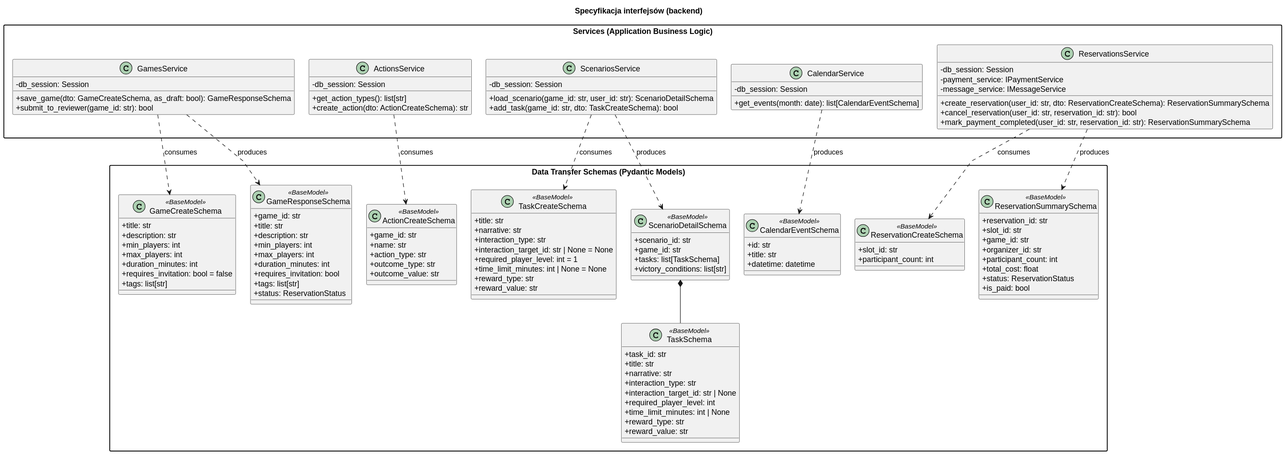
Earlier version of the PlantUML export diagrams/backend/rendered/interfaces.svg (Igor-Ochocki/POP-2026Z).
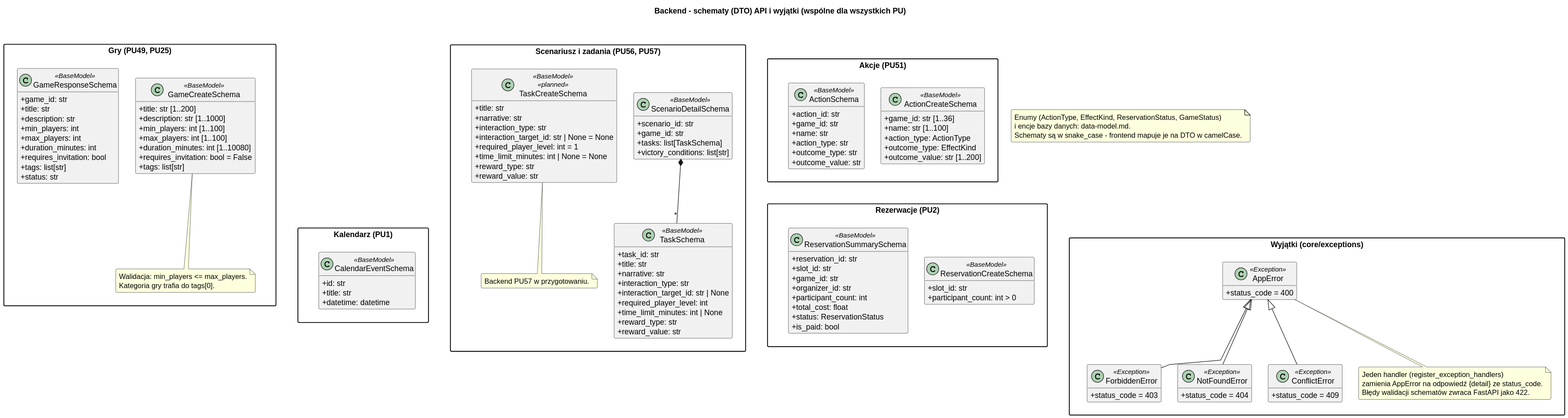
Later version of the same file.

Change to the diagram source:
```diff
@@ -3,20 +3,21 @@
 skinparam packageStyle rectangle
 skinparam shadowing false
 skinparam roundcorner 4
-skinparam nodesep 26
-skinparam ranksep 34
 skinparam linetype polyline
+skinparam nodesep 30
+skinparam ranksep 40
+hide empty members
 
-title Specyfikacja interfejsów (backend)
+title Backend - schematy (DTO) API i wyjątki (wspólne dla wszystkich PU)
 
-package "Data Transfer Schemas (Pydantic Models)" {
+package "Gry (PU49, PU25)" as P_Games {
     class GameCreateSchema <<BaseModel>> {
-        + title: str
-        + description: str
-        + min_players: int
-        + max_players: int
-        + duration_minutes: int
-        + requires_invitation: bool = false
+        + title: str [1..200]
+        + description: str [1..1000]
+        + min_players: int [1..100]
+        + max_players: int [1..100]
+        + duration_minutes: int [1..10080]
+        + requires_invitation: bool = False
         + tags: list[str]
     }
 
@@ -29,26 +30,21 @@
         + duration_minutes: int
         + requires_invitation: bool
         + tags: list[str]
-        + status: ReservationStatus
+        + status: str
     }
 
-    class ActionCreateSchema <<BaseModel>> {
+    note bottom of GameCreateSchema
+        Walidacja: min_players <= max_players.
+        Kategoria gry trafia do tags[0].
+    end note
+}
+
+package "Scenariusz i zadania (PU56, PU57)" as P_Scenario {
+    class ScenarioDetailSchema <<BaseModel>> {
+        + scenario_id: str
         + game_id: str
-        + name: str
-        + action_type: str
-        + outcome_type: str
-        + outcome_value: str
-    }
-
-    class TaskCreateSchema <<BaseModel>> {
-        + title: str
-        + narrative: str
-        + interaction_type: str
-        + interaction_target_id: str | None = None
-        + required_player_level: int = 1
-        + time_limit_minutes: int | None = None
-        + reward_type: str
-        + reward_value: str
+        + tasks: list[TaskSchema]
+        + victory_conditions: list[str]
     }
 
     class TaskSchema <<BaseModel>> {
@@ -63,22 +59,55 @@
         + reward_value: str
     }
 
-    class ScenarioDetailSchema <<BaseModel>> {
-        + scenario_id: str
-        + game_id: str
-        + tasks: list[TaskSchema]
-        + victory_conditions: list[str]
+    class TaskCreateSchema <<BaseModel>> <<planned>> {
+        + title: str
+        + narrative: str
+        + interaction_type: str
+        + interaction_target_id: str | None = None
+        + required_player_level: int = 1
+        + time_limit_minutes: int | None = None
+        + reward_type: str
+        + reward_value: str
     }
 
+    ScenarioDetailSchema *-- "*" TaskSchema
+
+    note bottom of TaskCreateSchema
+        Backend PU57 w przygotowaniu.
+    end note
+}
+
+package "Akcje (PU51)" as P_Actions {
+    class ActionCreateSchema <<BaseModel>> {
+        + game_id: str [1..36]
+        + name: str [1..100]
+        + action_type: ActionType
+        + outcome_type: EffectKind
+        + outcome_value: str [1..200]
+    }
+
+    class ActionSchema <<BaseModel>> {
+        + action_id: str
+        + game_id: str
+        + name: str
+        + action_type: str
+        + outcome_type: str
+        + outcome_value: str
+    }
+}
+
+package "Kalendarz (PU1)" as P_Calendar {
     class CalendarEventSchema <<BaseModel>> {
         + id: str
         + title: str
         + datetime: datetime
     }
+}
 
+package "Rezerwacje (PU2)" as P_Reservations {
     class ReservationCreateSchema <<BaseModel>> {
         + slot_id: str
-        + participant_count: int
+        + participant_count: int > 0
     }
 
     class ReservationSummarySchema <<BaseModel>> {
@@ -93,47 +122,40 @@
     }
 }
 
-package "Services (Application Business Logic)" {
-    class GamesService {
-        - db_session: Session
-        + save_game(dto: GameCreateSchema, as_draft: bool): GameResponseSchema
-        + submit_to_reviewer(game_id: str): bool
+package "Wyjątki (core/exceptions)" as P_Errors {
+    class AppError <<Exception>> {
+        + status_code = 400
+    }
+    class ForbiddenError <<Exception>> {
+        + status_code = 403
+    }
+    class NotFoundError <<Exception>> {
+        + status_code = 404
+    }
+    class ConflictError <<Exception>> {
+        + status_code = 409
     }
 
-    class ActionsService {
-        - db_session: Session
-        + get_action_types(): list[str]
-        + create_action(dto: ActionCreateSchema): str
-    }
+    ForbiddenError -u-|> AppError
+    NotFoundError -u-|> AppError
+    ConflictError -u-|> AppError
 
-    class ScenariosService {
-        - db_session: Session
-        + load_scenario(game_id: str, user_id: str): ScenarioDetailSchema
-        + add_task(game_id: str, dto: TaskCreateSchema): bool
-    }
-
-    class CalendarService {
-        - db_session: Session
-        + get_events(month: date): list[CalendarEventSchema]
-    }
-
-    class ReservationsService {
-        - db_session: Session
-        - payment_service: IPaymentService
-        - message_service: IMessageService
-        + create_reservation(user_id: str, dto: ReservationCreateSchema): ReservationSummarySchema
-        + cancel_reservation(user_id: str, reservation_id: str): bool
-        + mark_payment_completed(user_id: str, reservation_id: str): ReservationSummarySchema
-    }
+    note bottom of AppError
+        Jeden handler (register_exception_handlers)
+        zamienia AppError na odpowiedź {detail} ze status_code.
+        Błędy walidacji schematów zwraca FastAPI jako 422.
+    end note
 }
 
-GamesService ..> GameCreateSchema : consumes
-GamesService ..> GameResponseSchema : produces
-ActionsService ..> ActionCreateSchema : consumes
-ScenariosService ..> ScenarioDetailSchema : produces
-ScenarioDetailSchema *-- TaskSchema
-ScenariosService ..> TaskCreateSchema : consumes
-CalendarService ..> CalendarEventSchema : produces
-ReservationsService ..> ReservationCreateSchema : consumes
-ReservationsService ..> ReservationSummarySchema : produces
+P_Games -[hidden]r- P_Scenario
+P_Scenario -[hidden]r- P_Actions
+P_Games -[hidden]d- P_Calendar
+P_Calendar -[hidden]r- P_Reservations
+P_Reservations -[hidden]r- P_Errors
+
+note as N_Enums
+    Enumy (ActionType, EffectKind, ReservationStatus, GameStatus)
+    i encje bazy danych: data-model.md.
+    Schematy są w snake_case - frontend mapuje je na DTO w camelCase.
+end note
 @enduml
```
